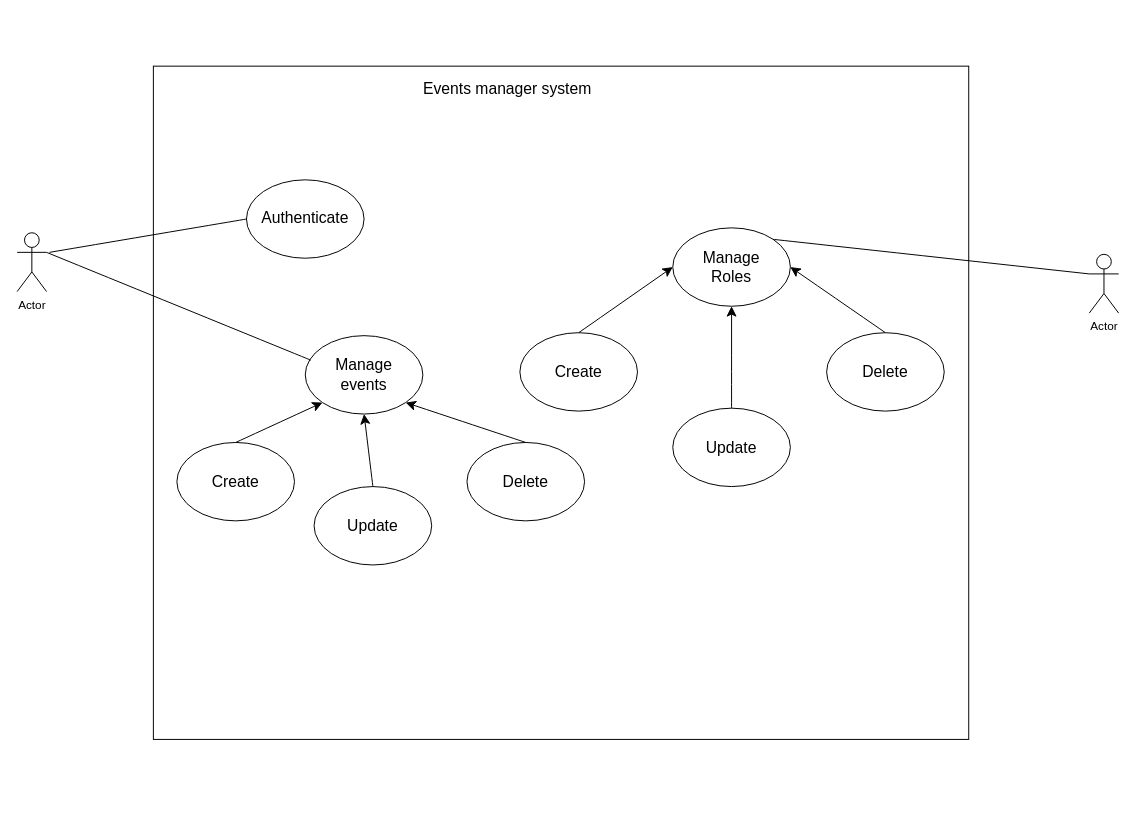
Earlier version of the draw.io diagram eventsmanagerapp.drawio (seini0911/eventsmanager). Source tidied: cells renumbered, new cells numbered last; positions are measured from the earlier drawing's top-left corner, leaving out a move shared by most shapes. Both pictures are drawn from the tidied source at 98%, with x=0, y=0 at pixel (17, 66).
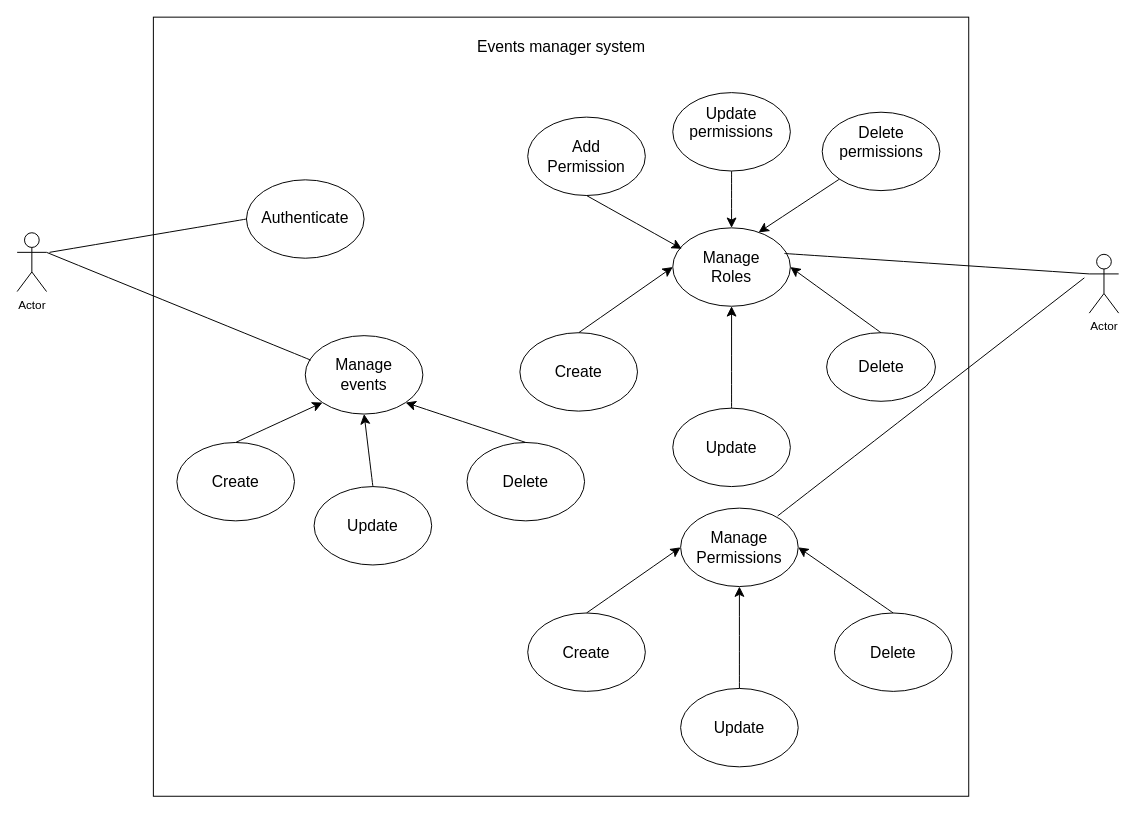
After the change.

Commit message (it also covers changes not shown here):
Mettre à jour eventsmanagerapp.drawio

Unchanged cells that the change refers to:
```xml
<mxCell id="4" value="Actor" style="shape=umlActor;verticalLabelPosition=bottom;verticalAlign=top;html=1;outlineConnect=0;" parent="1" vertex="1">
  <mxGeometry x="1094" y="192" width="30" height="60" as="geometry" />
</mxCell>
<mxCell id="21" style="ellipse;whiteSpace=wrap;html=1;" parent="1" vertex="1">
  <mxGeometry x="669" y="165" width="120" height="80" as="geometry" />
</mxCell>
```

The edit, as a diff of the source:
```diff
@@
     <mxCell id="2" style="rounded=0;whiteSpace=wrap;html=1;" parent="1" vertex="1">
-      <mxGeometry x="139" width="832" height="687" as="geometry" />
+      <mxGeometry x="139" y="-50" width="832" height="795" as="geometry" />
     </mxCell>
@@
     <mxCell id="5" value="Events manager system" style="text;html=1;align=center;verticalAlign=middle;whiteSpace=wrap;rounded=0;fontSize=16;" parent="1" vertex="1">
-      <mxGeometry x="395.5" y="8" width="209" height="30" as="geometry" />
+      <mxGeometry x="450.5" y="-35" width="209" height="30" as="geometry" />
     </mxCell>
@@
     <mxCell id="27" style="ellipse;whiteSpace=wrap;html=1;" parent="1" vertex="1">
-      <mxGeometry x="826" y="272" width="120" height="80" as="geometry" />
+      <mxGeometry x="826" y="272" width="111" height="70" as="geometry" />
     </mxCell>
     <mxCell id="28" value="Delete" style="text;html=1;align=center;verticalAlign=middle;whiteSpace=wrap;rounded=0;fontSize=16;" parent="1" vertex="1">
-      <mxGeometry x="856" y="297" width="60" height="30" as="geometry" />
+      <mxGeometry x="851.5" y="292" width="60" height="30" as="geometry" />
     </mxCell>
@@
-    <mxCell id="32" style="endArrow=none;html=1;rounded=0;fontSize=12;startSize=8;endSize=8;curved=1;entryX=0;entryY=0.3333333333333333;entryDx=0;entryDy=0;entryPerimeter=0;exitX=1;exitY=0;exitDx=0;exitDy=0;" parent="1" edge="1" source="21" target="4">
+    <mxCell id="32" style="endArrow=none;html=1;rounded=0;fontSize=12;startSize=8;endSize=8;curved=1;entryX=0;entryY=0.3333333333333333;entryDx=0;entryDy=0;entryPerimeter=0;exitX=0.95;exitY=0.327;exitDx=0;exitDy=0;exitPerimeter=0;" parent="1" edge="1" source="21" target="4">
       <mxGeometry relative="1" as="geometry" />
     </mxCell>
+    <mxCell id="33" style="ellipse;whiteSpace=wrap;html=1;" parent="1" vertex="1">
+      <mxGeometry x="677" y="451" width="120" height="80" as="geometry" />
+    </mxCell>
+    <mxCell id="34" value="Manage Permissions" style="text;html=1;align=center;verticalAlign=middle;whiteSpace=wrap;rounded=0;fontSize=16;" parent="1" vertex="1">
+      <mxGeometry x="707" y="476" width="60" height="30" as="geometry" />
+    </mxCell>
+    <mxCell id="35" style="ellipse;whiteSpace=wrap;html=1;" parent="1" vertex="1">
+      <mxGeometry x="521" y="558" width="120" height="80" as="geometry" />
+    </mxCell>
+    <mxCell id="36" value="Create" style="text;html=1;align=center;verticalAlign=middle;whiteSpace=wrap;rounded=0;fontSize=16;" parent="1" vertex="1">
+      <mxGeometry x="551" y="583" width="60" height="30" as="geometry" />
+    </mxCell>
+    <mxCell id="37" style="ellipse;whiteSpace=wrap;html=1;" parent="1" vertex="1">
+      <mxGeometry x="677" y="635" width="120" height="80" as="geometry" />
+    </mxCell>
+    <mxCell id="38" value="Update" style="text;html=1;align=center;verticalAlign=middle;whiteSpace=wrap;rounded=0;fontSize=16;" parent="1" vertex="1">
+      <mxGeometry x="707" y="660" width="60" height="30" as="geometry" />
+    </mxCell>
+    <mxCell id="39" style="ellipse;whiteSpace=wrap;html=1;" parent="1" vertex="1">
+      <mxGeometry x="834" y="558" width="120" height="80" as="geometry" />
+    </mxCell>
+    <mxCell id="40" value="Delete" style="text;html=1;align=center;verticalAlign=middle;whiteSpace=wrap;rounded=0;fontSize=16;" parent="1" vertex="1">
+      <mxGeometry x="864" y="583" width="60" height="30" as="geometry" />
+    </mxCell>
+    <mxCell id="41" style="endArrow=classic;html=1;rounded=0;fontSize=12;startSize=8;endSize=8;curved=1;entryX=0;entryY=0.5;entryDx=0;entryDy=0;exitX=0.5;exitY=0;exitDx=0;exitDy=0;" parent="1" edge="1" source="35" target="33">
+      <mxGeometry relative="1" as="geometry" />
+    </mxCell>
+    <mxCell id="42" style="endArrow=classic;html=1;rounded=0;fontSize=12;startSize=8;endSize=8;curved=1;exitX=0.5;exitY=0;exitDx=0;exitDy=0;entryX=0.5;entryY=1;entryDx=0;entryDy=0;" parent="1" edge="1" source="37" target="33">
+      <mxGeometry relative="1" as="geometry" />
+    </mxCell>
+    <mxCell id="43" style="endArrow=classic;html=1;rounded=0;fontSize=12;startSize=8;endSize=8;curved=1;exitX=0.5;exitY=0;exitDx=0;exitDy=0;entryX=1;entryY=0.5;entryDx=0;entryDy=0;" parent="1" edge="1" source="39" target="33">
+      <mxGeometry relative="1" as="geometry" />
+    </mxCell>
+    <mxCell id="44" style="ellipse;whiteSpace=wrap;html=1;" parent="1" vertex="1">
+      <mxGeometry x="521" y="52" width="120" height="80" as="geometry" />
+    </mxCell>
+    <mxCell id="45" value="Add Permission" style="text;html=1;align=center;verticalAlign=middle;whiteSpace=wrap;rounded=0;fontSize=16;" parent="1" vertex="1">
+      <mxGeometry x="551" y="77" width="60" height="30" as="geometry" />
+    </mxCell>
+    <mxCell id="46" style="ellipse;whiteSpace=wrap;html=1;" parent="1" vertex="1">
+      <mxGeometry x="669" y="27" width="120" height="80" as="geometry" />
+    </mxCell>
+    <mxCell id="47" value="Update permissions&lt;div&gt;&lt;br&gt;&lt;/div&gt;" style="text;html=1;align=center;verticalAlign=middle;whiteSpace=wrap;rounded=0;fontSize=16;" parent="1" vertex="1">
+      <mxGeometry x="699" y="52" width="60" height="30" as="geometry" />
+    </mxCell>
+    <mxCell id="48" style="endArrow=none;html=1;rounded=0;fontSize=12;startSize=8;endSize=8;curved=1;" parent="1" edge="1">
+      <mxGeometry relative="1" as="geometry">
+        <mxPoint x="776" y="459" as="sourcePoint" />
+        <mxPoint x="1089" y="216" as="targetPoint" />
+      </mxGeometry>
+    </mxCell>
+    <mxCell id="49" style="ellipse;whiteSpace=wrap;html=1;" parent="1" vertex="1">
+      <mxGeometry x="821.5" y="47" width="120" height="80" as="geometry" />
+    </mxCell>
+    <mxCell id="50" value="Delete permissions&lt;div&gt;&lt;br&gt;&lt;/div&gt;" style="text;html=1;align=center;verticalAlign=middle;whiteSpace=wrap;rounded=0;fontSize=16;" parent="1" vertex="1">
+      <mxGeometry x="851.5" y="72" width="60" height="30" as="geometry" />
+    </mxCell>
+    <mxCell id="51" style="endArrow=classic;html=1;rounded=0;fontSize=12;startSize=8;endSize=8;curved=1;exitX=0.5;exitY=1;exitDx=0;exitDy=0;entryX=0.077;entryY=0.267;entryDx=0;entryDy=0;entryPerimeter=0;" parent="1" edge="1" source="44" target="21">
+      <mxGeometry relative="1" as="geometry" />
+    </mxCell>
+    <mxCell id="52" style="endArrow=classic;html=1;rounded=0;fontSize=12;startSize=8;endSize=8;curved=1;exitX=0.5;exitY=1;exitDx=0;exitDy=0;entryX=0.5;entryY=0;entryDx=0;entryDy=0;" parent="1" edge="1" source="46" target="21">
+      <mxGeometry relative="1" as="geometry" />
+    </mxCell>
+    <mxCell id="53" style="endArrow=classic;html=1;rounded=0;fontSize=12;startSize=8;endSize=8;curved=1;exitX=0;exitY=1;exitDx=0;exitDy=0;entryX=0.73;entryY=0.058;entryDx=0;entryDy=0;entryPerimeter=0;" parent="1" edge="1" source="49" target="21">
+      <mxGeometry relative="1" as="geometry" />
+    </mxCell>
```
